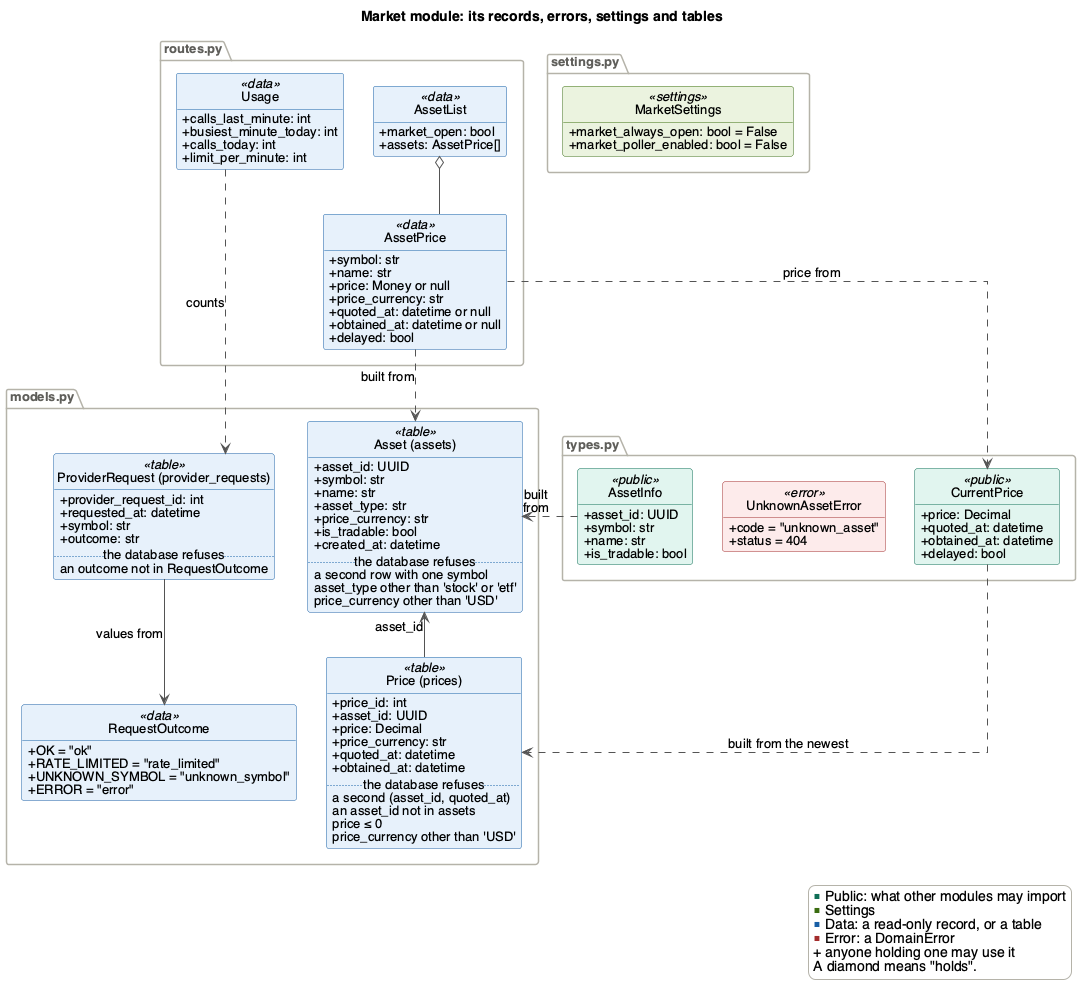
This is docs/Design/SoftArchitecture/figures/market-data.png from davislenover/BurnNEarn, a PlantUML export, as it was before one commit.
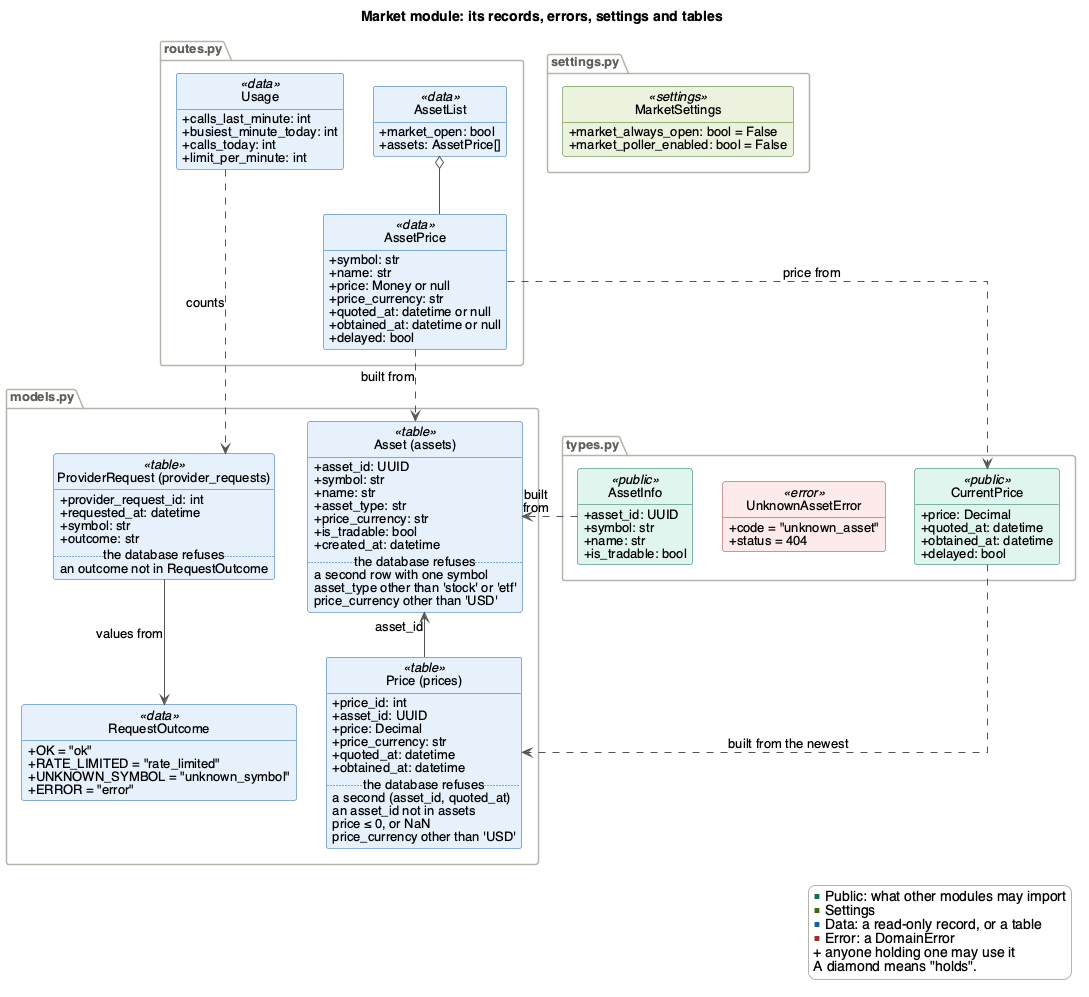
The same file after the commit.

Commit message:
Refuse a NaN price in the prices table

Change to the diagram source:
```diff
@@ -75,7 +75,7 @@
     .. the database refuses ..
     a second (asset_id, quoted_at)
     an asset_id not in assets
-    price ≤ 0
+    price ≤ 0, or NaN
     price_currency other than 'USD'
   }
   class "ProviderRequest (provider_requests)" as ProviderRequest <<table>> {
```
